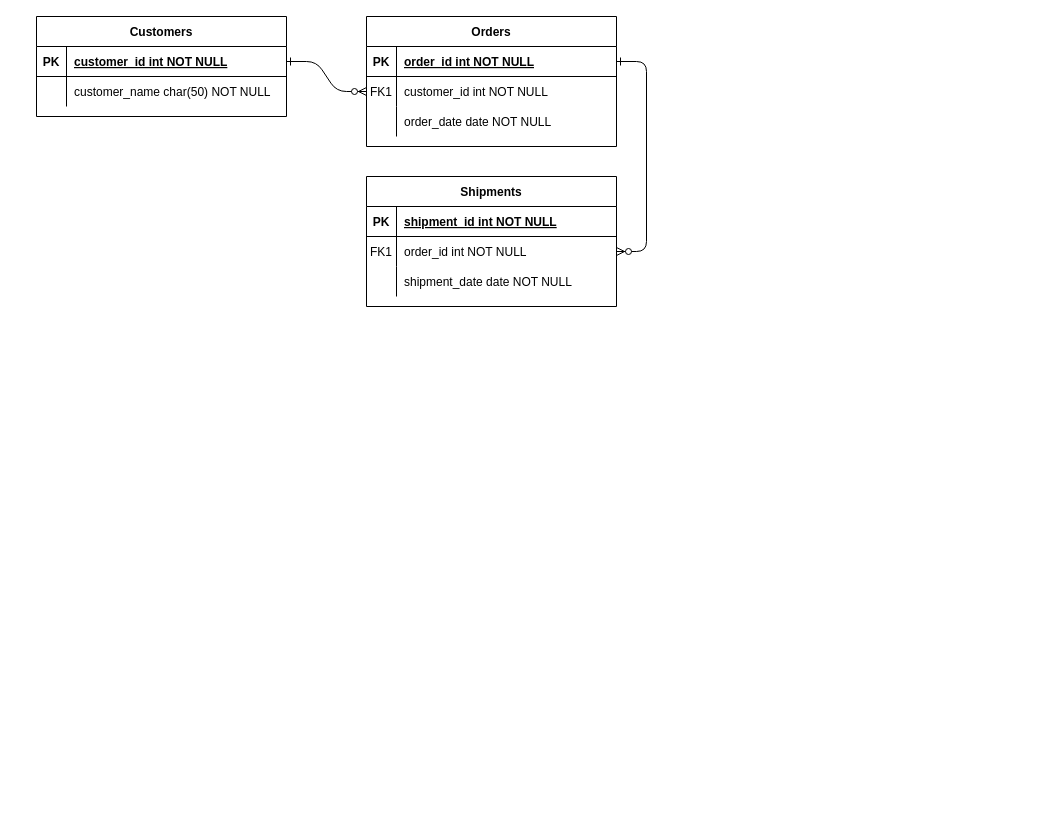
Earlier version of the draw.io diagram Untitled Diagram.drawio (Wigunagun/frontend). Source tidied: cells renumbered, new cells numbered last; positions are measured from the earlier drawing's top-left corner, leaving out a move shared by most shapes. Both pictures are drawn from the tidied source at 100%, with x=0, y=0 at pixel (36, 16).
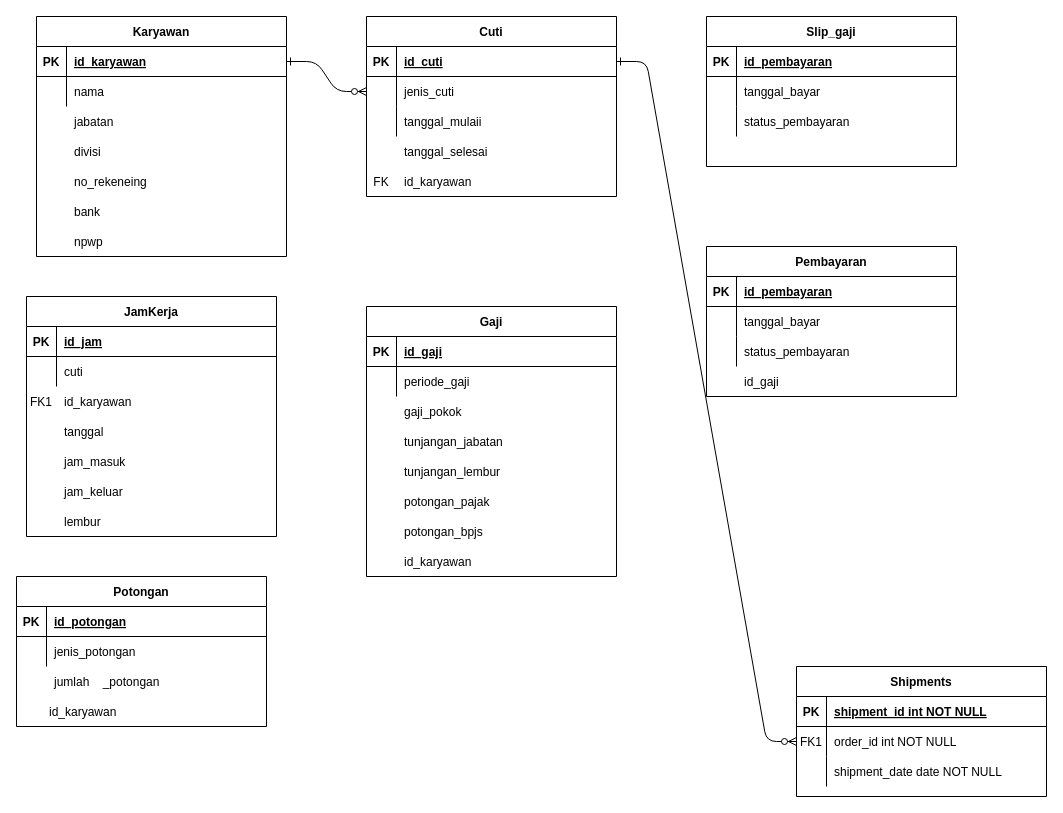
The same page after the edit.

Commit message (it also covers changes not shown here):
ERD PAYROLL

Unchanged cells that the change refers to:
```xml
<mxCell id="5" style="shape=partialRectangle;fillColor=none;points=[[0,0.5],[1,0.5]];portConstraint=eastwest;top=0;left=0;right=0;bottom=1;" parent="4" vertex="1">
  <mxGeometry y="30" width="250" height="30" as="geometry" />
</mxCell>
<mxCell id="8" style="shape=partialRectangle;fillColor=none;points=[[0,0.5],[1,0.5]];portConstraint=eastwest;top=0;left=0;right=0;bottom=0;" parent="4" vertex="1">
  <mxGeometry y="60" width="250" height="30" as="geometry" />
</mxCell>
<mxCell id="11" style="shape=partialRectangle;fillColor=none;top=0;left=0;right=0;bottom=0;" parent="4" vertex="1">
  <mxGeometry y="90" width="250" height="30" as="geometry" />
</mxCell>
<mxCell id="25" style="shape=partialRectangle;fillColor=none;points=[[0,0.5],[1,0.5]];portConstraint=eastwest;top=0;left=0;right=0;bottom=1;" parent="24" vertex="1">
  <mxGeometry y="30" width="250" height="30" as="geometry" />
</mxCell>
<mxCell id="28" style="shape=partialRectangle;fillColor=none;top=0;left=0;right=0;bottom=0;" parent="24" vertex="1">
  <mxGeometry y="60" width="250" height="30" as="geometry" />
</mxCell>
```

What changed in the source:
```diff
@@
-    <mxCell id="4" value="Orders" style="shape=table;startSize=30;childLayout=tableLayout;rowLines=0;fontStyle=1;align=center;" parent="1" vertex="1">
-      <mxGeometry x="330" width="250" height="130" as="geometry" />
+    <mxCell id="4" value="Cuti" style="shape=table;startSize=30;childLayout=tableLayout;rowLines=0;fontStyle=1;align=center;" parent="1" vertex="1">
+      <mxGeometry x="330" width="250" height="180" as="geometry" />
     </mxCell>
@@
-    <mxCell id="7" value="order_id int NOT NULL " style="shape=partialRectangle;overflow=hidden;fillColor=none;top=0;left=0;bottom=0;right=0;align=left;spacingLeft=6;fontStyle=5;" parent="5" vertex="1">
+    <mxCell id="7" value="id_cuti" style="shape=partialRectangle;overflow=hidden;fillColor=none;top=0;left=0;bottom=0;right=0;align=left;spacingLeft=6;fontStyle=5;" parent="5" vertex="1">
       <mxGeometry x="30" width="220" height="30" as="geometry" />
     </mxCell>
@@
-    <mxCell id="9" value="FK1" style="shape=partialRectangle;overflow=hidden;fillColor=none;top=0;left=0;bottom=0;right=0;" parent="8" vertex="1">
+    <mxCell id="9" style="shape=partialRectangle;overflow=hidden;fillColor=none;top=0;left=0;bottom=0;right=0;" parent="8" vertex="1">
       <mxGeometry width="30" height="30" as="geometry" />
     </mxCell>
-    <mxCell id="10" value="customer_id int NOT NULL" style="shape=partialRectangle;overflow=hidden;fillColor=none;top=0;left=0;bottom=0;right=0;align=left;spacingLeft=6;" parent="8" vertex="1">
+    <mxCell id="10" value="jenis_cuti" style="shape=partialRectangle;overflow=hidden;fillColor=none;top=0;left=0;bottom=0;right=0;align=left;spacingLeft=6;" parent="8" vertex="1">
       <mxGeometry x="30" width="220" height="30" as="geometry" />
     </mxCell>
@@
-    <mxCell id="13" value="order_date date NOT NULL" style="shape=partialRectangle;overflow=hidden;fillColor=none;top=0;left=0;bottom=0;right=0;align=left;spacingLeft=6;" parent="11" vertex="1">
+    <mxCell id="13" value="tanggal_mulaii" style="shape=partialRectangle;overflow=hidden;fillColor=none;top=0;left=0;bottom=0;right=0;align=left;spacingLeft=6;" parent="11" vertex="1">
       <mxGeometry x="30" width="220" height="30" as="geometry" />
     </mxCell>
     <mxCell id="14" value="Shipments" style="shape=table;startSize=30;childLayout=tableLayout;rowLines=0;fontStyle=1;align=center;" parent="1" vertex="1">
-      <mxGeometry x="330" y="160" width="250" height="130" as="geometry" />
+      <mxGeometry x="760" y="650" width="250" height="130" as="geometry" />
     </mxCell>
@@
-    <mxCell id="24" value="Customers" style="shape=table;startSize=30;childLayout=tableLayout;rowLines=0;fontStyle=1;align=center;" parent="1" vertex="1">
-      <mxGeometry width="250" height="100" as="geometry" />
+    <mxCell id="24" value="Karyawan" style="shape=table;startSize=30;childLayout=tableLayout;rowLines=0;fontStyle=1;align=center;" parent="1" vertex="1">
+      <mxGeometry width="250" height="240" as="geometry" />
     </mxCell>
@@
-    <mxCell id="27" value="customer_id int NOT NULL " style="shape=partialRectangle;overflow=hidden;fillColor=none;top=0;left=0;bottom=0;right=0;align=left;spacingLeft=6;fontStyle=5;" parent="25" vertex="1">
+    <mxCell id="27" value="id_karyawan" style="shape=partialRectangle;overflow=hidden;fillColor=none;top=0;left=0;bottom=0;right=0;align=left;spacingLeft=6;fontStyle=5;" parent="25" vertex="1">
       <mxGeometry x="30" width="220" height="30" as="geometry" />
     </mxCell>
@@
-    <mxCell id="30" value="customer_name char(50) NOT NULL" style="shape=partialRectangle;overflow=hidden;fillColor=none;top=0;left=0;bottom=0;right=0;align=left;spacingLeft=6;" parent="28" vertex="1">
+    <mxCell id="30" value="nama " style="shape=partialRectangle;overflow=hidden;fillColor=none;top=0;left=0;bottom=0;right=0;align=left;spacingLeft=6;" parent="28" vertex="1">
       <mxGeometry x="30" width="220" height="30" as="geometry" />
     </mxCell>
+    <mxCell id="31" value="jabatan " style="shape=partialRectangle;overflow=hidden;fillColor=none;top=0;left=0;bottom=0;right=0;align=left;spacingLeft=6;" parent="1" vertex="1">
+      <mxGeometry x="30" y="90" width="220" height="30" as="geometry" />
+    </mxCell>
+    <mxCell id="32" value="divisi " style="shape=partialRectangle;overflow=hidden;fillColor=none;top=0;left=0;bottom=0;right=0;align=left;spacingLeft=6;" parent="1" vertex="1">
+      <mxGeometry x="30" y="120" width="220" height="30" as="geometry" />
+    </mxCell>
+    <mxCell id="33" value="no_rekeneing" style="shape=partialRectangle;overflow=hidden;fillColor=none;top=0;left=0;bottom=0;right=0;align=left;spacingLeft=6;" parent="1" vertex="1">
+      <mxGeometry x="30" y="150" width="220" height="30" as="geometry" />
+    </mxCell>
+    <mxCell id="34" value="bank" style="shape=partialRectangle;overflow=hidden;fillColor=none;top=0;left=0;bottom=0;right=0;align=left;spacingLeft=6;" parent="1" vertex="1">
+      <mxGeometry x="30" y="180" width="220" height="30" as="geometry" />
+    </mxCell>
+    <mxCell id="35" value="npwp" style="shape=partialRectangle;overflow=hidden;fillColor=none;top=0;left=0;bottom=0;right=0;align=left;spacingLeft=6;" parent="1" vertex="1">
+      <mxGeometry x="30" y="210" width="220" height="30" as="geometry" />
+    </mxCell>
+    <mxCell id="36" value="tanggal_selesai" style="shape=partialRectangle;overflow=hidden;fillColor=none;top=0;left=0;bottom=0;right=0;align=left;spacingLeft=6;" parent="1" vertex="1">
+      <mxGeometry x="360" y="120" width="220" height="30" as="geometry" />
+    </mxCell>
+    <mxCell id="37" value="id_karyawan" style="shape=partialRectangle;overflow=hidden;fillColor=none;top=0;left=0;bottom=0;right=0;align=left;spacingLeft=6;" parent="1" vertex="1">
+      <mxGeometry x="360" y="150" width="220" height="30" as="geometry" />
+    </mxCell>
+    <mxCell id="38" value="FK" style="shape=partialRectangle;overflow=hidden;fillColor=none;top=0;left=0;bottom=0;right=0;" parent="1" vertex="1">
+      <mxGeometry x="330" y="150" width="30" height="30" as="geometry" />
+    </mxCell>
+    <mxCell id="39" value="JamKerja" style="shape=table;startSize=30;childLayout=tableLayout;rowLines=0;fontStyle=1;align=center;" parent="1" vertex="1">
+      <mxGeometry x="-10" y="280" width="250" height="240" as="geometry" />
+    </mxCell>
+    <mxCell id="40" style="shape=partialRectangle;fillColor=none;top=0;left=0;right=0;bottom=1;" parent="39" vertex="1">
+      <mxGeometry y="30" width="250" height="30" as="geometry" />
+    </mxCell>
+    <mxCell id="41" value="PK" style="shape=partialRectangle;overflow=hidden;fillColor=none;top=0;left=0;bottom=0;right=0;fontStyle=1;" parent="40" vertex="1">
+      <mxGeometry width="30" height="30" as="geometry" />
+    </mxCell>
+    <mxCell id="42" value="id_jam" style="shape=partialRectangle;overflow=hidden;fillColor=none;top=0;left=0;bottom=0;right=0;align=left;spacingLeft=6;fontStyle=5;" parent="40" vertex="1">
+      <mxGeometry x="30" width="220" height="30" as="geometry" />
+    </mxCell>
+    <mxCell id="43" style="shape=partialRectangle;fillColor=none;top=0;left=0;right=0;bottom=0;" parent="39" vertex="1">
+      <mxGeometry y="60" width="250" height="30" as="geometry" />
+    </mxCell>
+    <mxCell id="44" style="shape=partialRectangle;overflow=hidden;fillColor=none;top=0;left=0;bottom=0;right=0;" parent="43" vertex="1">
+      <mxGeometry width="30" height="30" as="geometry" />
+    </mxCell>
+    <mxCell id="45" value="cuti" style="shape=partialRectangle;overflow=hidden;fillColor=none;top=0;left=0;bottom=0;right=0;align=left;spacingLeft=6;" parent="43" vertex="1">
+      <mxGeometry x="30" width="220" height="30" as="geometry" />
+    </mxCell>
+    <mxCell id="46" value="id_karyawan" style="shape=partialRectangle;overflow=hidden;fillColor=none;top=0;left=0;bottom=0;right=0;align=left;spacingLeft=6;" parent="1" vertex="1">
+      <mxGeometry x="20" y="370" width="220" height="30" as="geometry" />
+    </mxCell>
+    <mxCell id="47" value="tanggal" style="shape=partialRectangle;overflow=hidden;fillColor=none;top=0;left=0;bottom=0;right=0;align=left;spacingLeft=6;" parent="1" vertex="1">
+      <mxGeometry x="20" y="400" width="220" height="30" as="geometry" />
+    </mxCell>
+    <mxCell id="48" value="jam_keluar" style="shape=partialRectangle;overflow=hidden;fillColor=none;top=0;left=0;bottom=0;right=0;align=left;spacingLeft=6;" parent="1" vertex="1">
+      <mxGeometry x="20" y="460" width="220" height="30" as="geometry" />
+    </mxCell>
+    <mxCell id="49" value="jam_masuk" style="shape=partialRectangle;overflow=hidden;fillColor=none;top=0;left=0;bottom=0;right=0;align=left;spacingLeft=6;" parent="1" vertex="1">
+      <mxGeometry x="20" y="430" width="220" height="30" as="geometry" />
+    </mxCell>
+    <mxCell id="50" value="lembur" style="shape=partialRectangle;overflow=hidden;fillColor=none;top=0;left=0;bottom=0;right=0;align=left;spacingLeft=6;" parent="1" vertex="1">
+      <mxGeometry x="20" y="490" width="220" height="30" as="geometry" />
+    </mxCell>
+    <mxCell id="51" value="FK1" style="shape=partialRectangle;overflow=hidden;fillColor=none;top=0;left=0;bottom=0;right=0;" parent="1" vertex="1">
+      <mxGeometry x="-10" y="370" width="30" height="30" as="geometry" />
+    </mxCell>
+    <mxCell id="52" value="Potongan" style="shape=table;startSize=30;childLayout=tableLayout;rowLines=0;fontStyle=1;align=center;" parent="1" vertex="1">
+      <mxGeometry x="-20" y="560" width="250" height="150" as="geometry" />
+    </mxCell>
+    <mxCell id="53" style="shape=partialRectangle;fillColor=none;top=0;left=0;right=0;bottom=1;" parent="52" vertex="1">
+      <mxGeometry y="30" width="250" height="30" as="geometry" />
+    </mxCell>
+    <mxCell id="54" value="PK" style="shape=partialRectangle;overflow=hidden;fillColor=none;top=0;left=0;bottom=0;right=0;fontStyle=1;" parent="53" vertex="1">
+      <mxGeometry width="30" height="30" as="geometry" />
+    </mxCell>
+    <mxCell id="55" value="id_potongan" style="shape=partialRectangle;overflow=hidden;fillColor=none;top=0;left=0;bottom=0;right=0;align=left;spacingLeft=6;fontStyle=5;" parent="53" vertex="1">
+      <mxGeometry x="30" width="220" height="30" as="geometry" />
+    </mxCell>
+    <mxCell id="56" style="shape=partialRectangle;fillColor=none;top=0;left=0;right=0;bottom=0;" parent="52" vertex="1">
+      <mxGeometry y="60" width="250" height="30" as="geometry" />
+    </mxCell>
+    <mxCell id="57" style="shape=partialRectangle;overflow=hidden;fillColor=none;top=0;left=0;bottom=0;right=0;" parent="56" vertex="1">
+      <mxGeometry width="30" height="30" as="geometry" />
+    </mxCell>
+    <mxCell id="58" value="jenis_potongan" style="shape=partialRectangle;overflow=hidden;fillColor=none;top=0;left=0;bottom=0;right=0;align=left;spacingLeft=6;" parent="56" vertex="1">
+      <mxGeometry x="30" width="220" height="30" as="geometry" />
+    </mxCell>
+    <mxCell id="59" value="jumlah    _potongan" style="shape=partialRectangle;overflow=hidden;fillColor=none;top=0;left=0;bottom=0;right=0;align=left;spacingLeft=6;" parent="1" vertex="1">
+      <mxGeometry x="10" y="650" width="220" height="30" as="geometry" />
+    </mxCell>
+    <mxCell id="60" value="id_karyawan" style="shape=partialRectangle;overflow=hidden;fillColor=none;top=0;left=0;bottom=0;right=0;align=left;spacingLeft=6;" parent="1" vertex="1">
+      <mxGeometry x="5" y="680" width="220" height="30" as="geometry" />
+    </mxCell>
+    <mxCell id="61" value="Gaji" style="shape=table;startSize=30;childLayout=tableLayout;rowLines=0;fontStyle=1;align=center;" parent="1" vertex="1">
+      <mxGeometry x="330" y="290" width="250" height="270" as="geometry" />
+    </mxCell>
+    <mxCell id="62" style="shape=partialRectangle;fillColor=none;top=0;left=0;right=0;bottom=1;" parent="61" vertex="1">
+      <mxGeometry y="30" width="250" height="30" as="geometry" />
+    </mxCell>
+    <mxCell id="63" value="PK" style="shape=partialRectangle;overflow=hidden;fillColor=none;top=0;left=0;bottom=0;right=0;fontStyle=1;" parent="62" vertex="1">
+      <mxGeometry width="30" height="30" as="geometry" />
+    </mxCell>
+    <mxCell id="64" value="id_gaji" style="shape=partialRectangle;overflow=hidden;fillColor=none;top=0;left=0;bottom=0;right=0;align=left;spacingLeft=6;fontStyle=5;" parent="62" vertex="1">
+      <mxGeometry x="30" width="220" height="30" as="geometry" />
+    </mxCell>
+    <mxCell id="65" style="shape=partialRectangle;fillColor=none;top=0;left=0;right=0;bottom=0;" parent="61" vertex="1">
+      <mxGeometry y="60" width="250" height="30" as="geometry" />
+    </mxCell>
+    <mxCell id="66" style="shape=partialRectangle;overflow=hidden;fillColor=none;top=0;left=0;bottom=0;right=0;" parent="65" vertex="1">
+      <mxGeometry width="30" height="30" as="geometry" />
+    </mxCell>
+    <mxCell id="67" value="periode_gaji" style="shape=partialRectangle;overflow=hidden;fillColor=none;top=0;left=0;bottom=0;right=0;align=left;spacingLeft=6;" parent="65" vertex="1">
+      <mxGeometry x="30" width="220" height="30" as="geometry" />
+    </mxCell>
+    <mxCell id="68" value="gaji_pokok" style="shape=partialRectangle;overflow=hidden;fillColor=none;top=0;left=0;bottom=0;right=0;align=left;spacingLeft=6;" parent="1" vertex="1">
+      <mxGeometry x="360" y="380" width="220" height="30" as="geometry" />
+    </mxCell>
+    <mxCell id="69" value="tunjangan_jabatan" style="shape=partialRectangle;overflow=hidden;fillColor=none;top=0;left=0;bottom=0;right=0;align=left;spacingLeft=6;" parent="1" vertex="1">
+      <mxGeometry x="360" y="410" width="220" height="30" as="geometry" />
+    </mxCell>
+    <mxCell id="70" value="potongan_bpjs" style="shape=partialRectangle;overflow=hidden;fillColor=none;top=0;left=0;bottom=0;right=0;align=left;spacingLeft=6;" parent="1" vertex="1">
+      <mxGeometry x="360" y="500" width="220" height="30" as="geometry" />
+    </mxCell>
+    <mxCell id="71" value="tunjangan_lembur" style="shape=partialRectangle;overflow=hidden;fillColor=none;top=0;left=0;bottom=0;right=0;align=left;spacingLeft=6;" parent="1" vertex="1">
+      <mxGeometry x="360" y="440" width="220" height="30" as="geometry" />
+    </mxCell>
+    <mxCell id="72" value="potongan_pajak" style="shape=partialRectangle;overflow=hidden;fillColor=none;top=0;left=0;bottom=0;right=0;align=left;spacingLeft=6;" parent="1" vertex="1">
+      <mxGeometry x="360" y="470" width="220" height="30" as="geometry" />
+    </mxCell>
+    <mxCell id="73" value="id_karyawan" style="shape=partialRectangle;overflow=hidden;fillColor=none;top=0;left=0;bottom=0;right=0;align=left;spacingLeft=6;" parent="1" vertex="1">
+      <mxGeometry x="360" y="530" width="220" height="30" as="geometry" />
+    </mxCell>
+    <mxCell id="74" value="Pembayaran" style="shape=table;startSize=30;childLayout=tableLayout;rowLines=0;fontStyle=1;align=center;" parent="1" vertex="1">
+      <mxGeometry x="670" y="230" width="250" height="150" as="geometry" />
+    </mxCell>
+    <mxCell id="75" style="shape=partialRectangle;fillColor=none;top=0;left=0;right=0;bottom=1;" parent="74" vertex="1">
+      <mxGeometry y="30" width="250" height="30" as="geometry" />
+    </mxCell>
+    <mxCell id="76" value="PK" style="shape=partialRectangle;overflow=hidden;fillColor=none;top=0;left=0;bottom=0;right=0;fontStyle=1;" parent="75" vertex="1">
+      <mxGeometry width="30" height="30" as="geometry" />
+    </mxCell>
+    <mxCell id="77" value="id_pembayaran" style="shape=partialRectangle;overflow=hidden;fillColor=none;top=0;left=0;bottom=0;right=0;align=left;spacingLeft=6;fontStyle=5;" parent="75" vertex="1">
+      <mxGeometry x="30" width="220" height="30" as="geometry" />
+    </mxCell>
+    <mxCell id="78" style="shape=partialRectangle;fillColor=none;top=0;left=0;right=0;bottom=0;" parent="74" vertex="1">
+      <mxGeometry y="60" width="250" height="30" as="geometry" />
+    </mxCell>
+    <mxCell id="79" style="shape=partialRectangle;overflow=hidden;fillColor=none;top=0;left=0;bottom=0;right=0;" parent="78" vertex="1">
+      <mxGeometry width="30" height="30" as="geometry" />
+    </mxCell>
+    <mxCell id="80" value="tanggal_bayar" style="shape=partialRectangle;overflow=hidden;fillColor=none;top=0;left=0;bottom=0;right=0;align=left;spacingLeft=6;" parent="78" vertex="1">
+      <mxGeometry x="30" width="220" height="30" as="geometry" />
+    </mxCell>
+    <mxCell id="81" style="shape=partialRectangle;fillColor=none;top=0;left=0;right=0;bottom=0;" parent="74" vertex="1">
+      <mxGeometry y="90" width="250" height="30" as="geometry" />
+    </mxCell>
+    <mxCell id="82" style="shape=partialRectangle;overflow=hidden;fillColor=none;top=0;left=0;bottom=0;right=0;" parent="81" vertex="1">
+      <mxGeometry width="30" height="30" as="geometry" />
+    </mxCell>
+    <mxCell id="83" value="status_pembayaran" style="shape=partialRectangle;overflow=hidden;fillColor=none;top=0;left=0;bottom=0;right=0;align=left;spacingLeft=6;" parent="81" vertex="1">
+      <mxGeometry x="30" width="220" height="30" as="geometry" />
+    </mxCell>
+    <mxCell id="84" value="id_gaji" style="shape=partialRectangle;overflow=hidden;fillColor=none;top=0;left=0;bottom=0;right=0;align=left;spacingLeft=6;" parent="1" vertex="1">
+      <mxGeometry x="700" y="350" width="220" height="30" as="geometry" />
+    </mxCell>
+    <mxCell id="85" value="Slip_gaji" style="shape=table;startSize=30;childLayout=tableLayout;rowLines=0;fontStyle=1;align=center;" parent="1" vertex="1">
+      <mxGeometry x="670" width="250" height="150" as="geometry" />
+    </mxCell>
+    <mxCell id="86" style="shape=partialRectangle;fillColor=none;top=0;left=0;right=0;bottom=1;" parent="85" vertex="1">
+      <mxGeometry y="30" width="250" height="30" as="geometry" />
+    </mxCell>
+    <mxCell id="87" value="PK" style="shape=partialRectangle;overflow=hidden;fillColor=none;top=0;left=0;bottom=0;right=0;fontStyle=1;" parent="86" vertex="1">
+      <mxGeometry width="30" height="30" as="geometry" />
+    </mxCell>
+    <mxCell id="88" value="id_pembayaran" style="shape=partialRectangle;overflow=hidden;fillColor=none;top=0;left=0;bottom=0;right=0;align=left;spacingLeft=6;fontStyle=5;" parent="86" vertex="1">
+      <mxGeometry x="30" width="220" height="30" as="geometry" />
+    </mxCell>
+    <mxCell id="89" style="shape=partialRectangle;fillColor=none;top=0;left=0;right=0;bottom=0;" parent="85" vertex="1">
+      <mxGeometry y="60" width="250" height="30" as="geometry" />
+    </mxCell>
+    <mxCell id="90" style="shape=partialRectangle;overflow=hidden;fillColor=none;top=0;left=0;bottom=0;right=0;" parent="89" vertex="1">
+      <mxGeometry width="30" height="30" as="geometry" />
+    </mxCell>
+    <mxCell id="91" value="tanggal_bayar" style="shape=partialRectangle;overflow=hidden;fillColor=none;top=0;left=0;bottom=0;right=0;align=left;spacingLeft=6;" parent="89" vertex="1">
+      <mxGeometry x="30" width="220" height="30" as="geometry" />
+    </mxCell>
+    <mxCell id="92" style="shape=partialRectangle;fillColor=none;top=0;left=0;right=0;bottom=0;" parent="85" vertex="1">
+      <mxGeometry y="90" width="250" height="30" as="geometry" />
+    </mxCell>
+    <mxCell id="93" style="shape=partialRectangle;overflow=hidden;fillColor=none;top=0;left=0;bottom=0;right=0;" parent="92" vertex="1">
+      <mxGeometry width="30" height="30" as="geometry" />
+    </mxCell>
+    <mxCell id="94" value="status_pembayaran" style="shape=partialRectangle;overflow=hidden;fillColor=none;top=0;left=0;bottom=0;right=0;align=left;spacingLeft=6;" parent="92" vertex="1">
+      <mxGeometry x="30" width="220" height="30" as="geometry" />
+    </mxCell>
```
